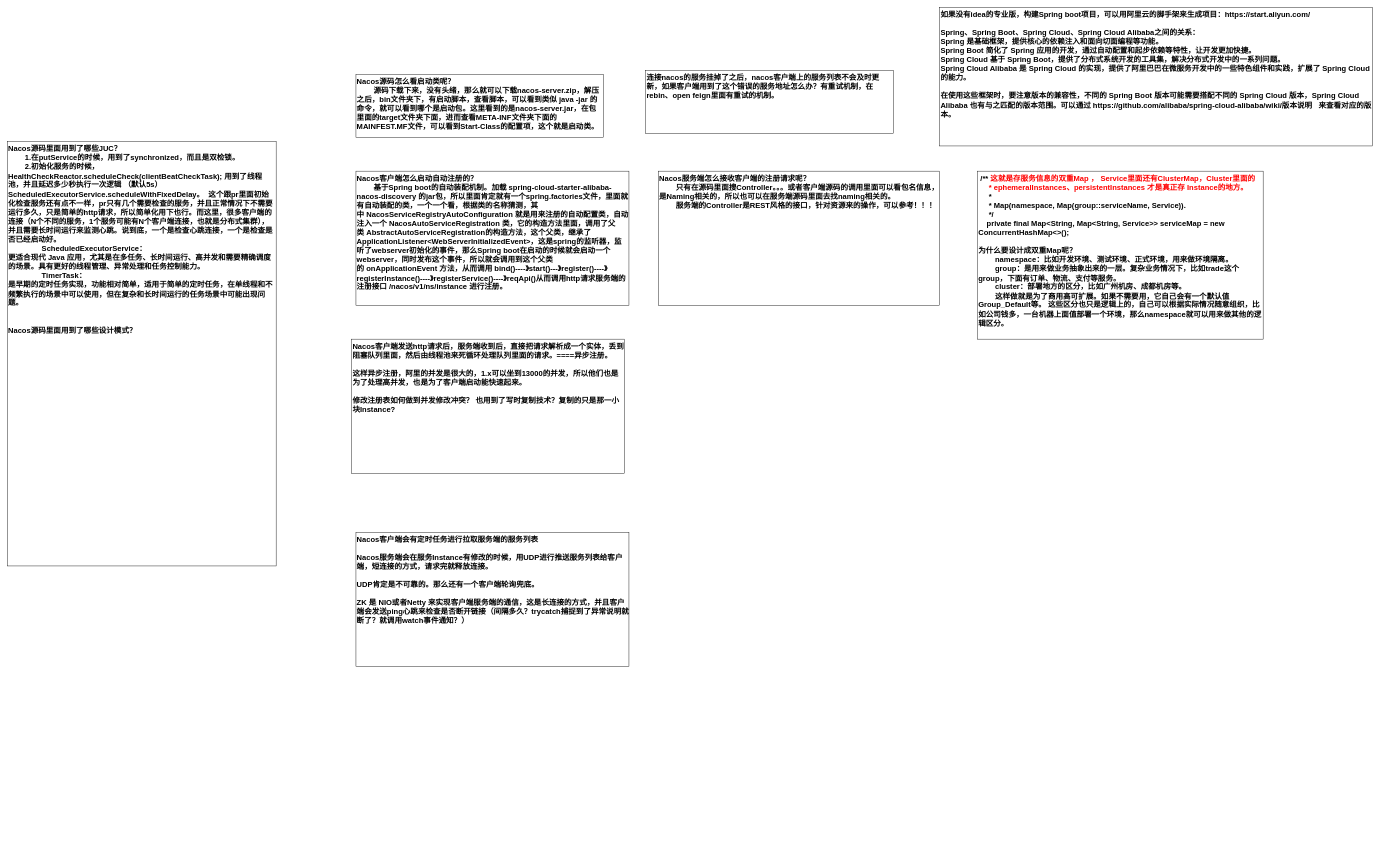
KGwolf/MyDraw keeps this draw.io diagram as JAVA/Nacos.drawio. Above is the earlier version. Source tidied: cells renumbered, new cells numbered last; positions are measured from the earlier drawing's top-left corner, leaving out a move shared by most shapes. Both pictures are drawn from the tidied source at 42%, with x=0, y=0 at pixel (7, 7).
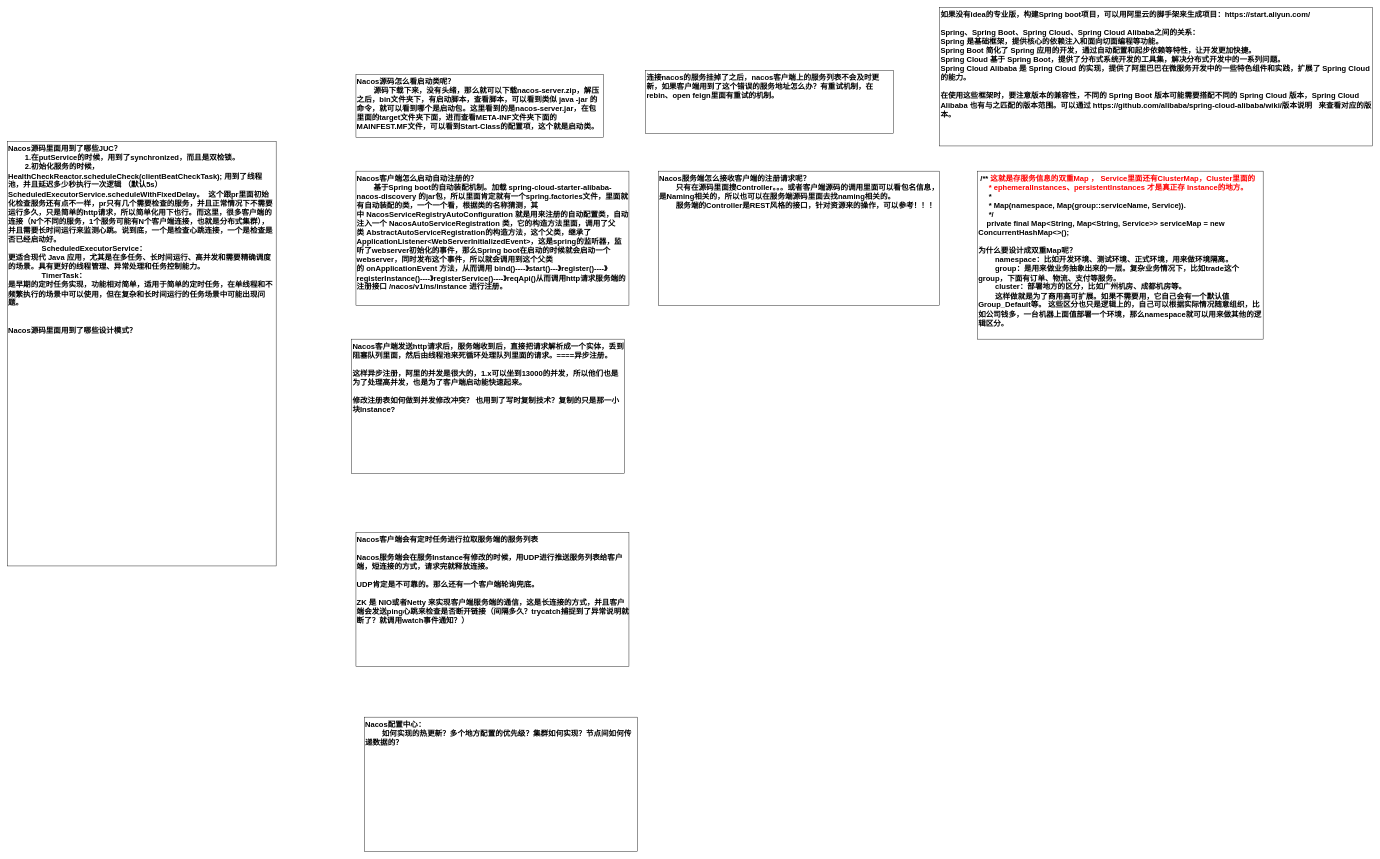
The same diagram, later.

Diff of the diagram source:
```diff
@@
 <mxGraphModel>
   <root>
     <mxCell id="0" />
     <mxCell id="1" parent="0" />
     <mxCell id="2" value="Nacos源码怎么看启动类呢？&lt;div&gt;&lt;span style=&quot;white-space: pre;&quot;&gt;&#9;&lt;/span&gt;源码下载下来，没有头绪，那么就可以下载nacos-server.zip，解压之后，bin文件夹下，有启动脚本，查看脚本，可以看到类似 java -jar 的命令，就可以看到哪个是启动包。这里看到的是nacos-server.jar，在包里面的target文件夹下面，进而查看META-INF文件夹下面的MAINFEST.MF文件，可以看到Start-Class的配置项，这个就是启动类。&lt;br&gt;&lt;/div&gt;" style="rounded=0;whiteSpace=wrap;html=1;fontSize=18;fontStyle=1;verticalAlign=top;align=left;" parent="1" vertex="1">
       <mxGeometry x="830" y="160" width="590" height="150" as="geometry" />
     </mxCell>
     <mxCell id="3" value="连接nacos的服务挂掉了之后，nacos客户端上的服务列表不会及时更新，如果客户端用到了这个错误的服务地址怎么办？有重试机制，在rebin、open feign里面有重试的机制。" style="rounded=0;whiteSpace=wrap;html=1;fontSize=18;fontStyle=1;verticalAlign=top;align=left;" parent="1" vertex="1">
       <mxGeometry x="1520" y="150" width="590" height="150" as="geometry" />
     </mxCell>
     <mxCell id="4" value="如果没有idea的专业版，构建Spring boot项目，可以用阿里云的脚手架来生成项目：https://start.aliyun.com/&lt;div&gt;&lt;br&gt;&lt;/div&gt;&lt;div&gt;Spring、Spring Boot、Spring Cloud、Spring Cloud Alibaba之间的关系：&lt;/div&gt;&lt;div&gt;&lt;div&gt;Spring 是基础框架，提供核心的依赖注入和面向切面编程等功能。&lt;/div&gt;&lt;div&gt;Spring Boot 简化了 Spring 应用的开发，通过自动配置和起步依赖等特性，让开发更加快捷。&lt;/div&gt;&lt;div&gt;Spring Cloud 基于 Spring Boot，提供了分布式系统开发的工具集，解决分布式开发中的一系列问题。&lt;/div&gt;&lt;div&gt;Spring Cloud Alibaba 是 Spring Cloud 的实现，提供了阿里巴巴在微服务开发中的一些特色组件和实践，扩展了 Spring Cloud 的能力。&lt;/div&gt;&lt;div&gt;&lt;br&gt;&lt;/div&gt;&lt;div&gt;在使用这些框架时，要注意版本的兼容性，不同的 Spring Boot 版本可能需要搭配不同的 Spring Cloud 版本，Spring Cloud Alibaba 也有与之匹配的版本范围。可以通过&amp;nbsp;https://github.com/alibaba/spring-cloud-alibaba/wiki/版本说明&amp;nbsp; &amp;nbsp;来查看对应的版本。&lt;/div&gt;&lt;/div&gt;" style="rounded=0;whiteSpace=wrap;html=1;fontSize=18;fontStyle=1;verticalAlign=top;align=left;" parent="1" vertex="1">
       <mxGeometry x="2220" width="1030" height="330" as="geometry" />
     </mxCell>
     <mxCell id="5" value="Nacos客户端怎么启动自动注册的？&lt;div&gt;&lt;span style=&quot;white-space: pre;&quot;&gt;&#9;&lt;/span&gt;基于Spring boot的自动装配机制。加载&amp;nbsp;spring-cloud-starter-alibaba-nacos-discovery 的jar包，所以里面肯定就有一个spring.factories文件，里面就有自动装配的类，一个一个看，根据类的名称猜测，其中&amp;nbsp;NacosServiceRegistryAutoConfiguration 就是用来注册的自动配置类，自动注入一个&amp;nbsp;NacosAutoServiceRegistration 类，它的构造方法里面，调用了父类&amp;nbsp;AbstractAutoServiceRegistration的构造方法，这个父类，继承了ApplicationListener&amp;lt;WebServerInitializedEvent&amp;gt;，这是spring的监听器，监听了webserver初始化的事件，那么Spring boot在启动的时候就会启动一个webserver，同时发布这个事件，所以就会调用到这个父类的&amp;nbsp;onApplicationEvent 方法，从而调用 bind()----》start()---》register()----》registerInstance()----》registerService()----》reqApi()从而调用http请求服务端的注册接口 /nacos/v1/ns/instance 进行注册。&lt;br&gt;&lt;/div&gt;" style="rounded=0;whiteSpace=wrap;html=1;fontSize=18;fontStyle=1;verticalAlign=top;align=left;" parent="1" vertex="1">
       <mxGeometry x="830" y="390" width="650" height="320" as="geometry" />
     </mxCell>
     <mxCell id="6" value="Nacos服务端怎么接收客户端的注册请求呢？&lt;div&gt;&lt;span style=&quot;white-space: pre;&quot;&gt;&#9;&lt;/span&gt;只有在源码里面搜Controller。。。或者客户端源码的调用里面可以看包名信息，是Naming相关的，所以也可以在服务端源码里面去找naming相关的。&lt;br&gt;&lt;/div&gt;&lt;div&gt;&lt;span style=&quot;white-space: pre;&quot;&gt;&#9;&lt;/span&gt;服务端的Controller是REST风格的接口，针对资源来的操作，可以参考！！！&lt;br&gt;&lt;/div&gt;" style="rounded=0;whiteSpace=wrap;html=1;fontSize=18;fontStyle=1;verticalAlign=top;align=left;" parent="1" vertex="1">
       <mxGeometry x="1550" y="390" width="670" height="320" as="geometry" />
     </mxCell>
     <mxCell id="7" value="&lt;div&gt;&lt;div&gt;&amp;nbsp;/** &lt;font style=&quot;color: rgb(255, 0, 0);&quot;&gt;这就是存服务信息的双重Map ， Service里面还有ClusterMap，Cluster里面的&lt;/font&gt;&lt;/div&gt;&lt;div&gt;&lt;font style=&quot;color: rgb(255, 0, 0);&quot;&gt;&amp;nbsp; &amp;nbsp; &amp;nbsp;*&amp;nbsp;ephemeralInstances、persistentInstances 才是真正存 Instance的地方。&lt;/font&gt;&lt;/div&gt;&lt;div&gt;&amp;nbsp; &amp;nbsp; &amp;nbsp;*&lt;/div&gt;&lt;div&gt;&amp;nbsp; &amp;nbsp; &amp;nbsp;* Map(namespace, Map(group::serviceName, Service)).&lt;/div&gt;&lt;div&gt;&amp;nbsp; &amp;nbsp; &amp;nbsp;*/&lt;/div&gt;&lt;div&gt;&amp;nbsp; &amp;nbsp; private final Map&amp;lt;String, Map&amp;lt;String, Service&amp;gt;&amp;gt; serviceMap = new ConcurrentHashMap&amp;lt;&amp;gt;();&lt;/div&gt;&lt;/div&gt;&lt;div&gt;&lt;br&gt;&lt;/div&gt;&lt;div&gt;为什么要设计成双重Map呢？&lt;/div&gt;&lt;div&gt;&lt;span style=&quot;white-space: pre;&quot;&gt;&#9;&lt;/span&gt;namespace：比如开发环境、测试环境、正式环境，用来做环境隔离。&lt;br&gt;&lt;/div&gt;&lt;div&gt;&lt;span style=&quot;white-space: pre;&quot;&gt;&#9;&lt;/span&gt;group：是用来做业务抽象出来的一层。复杂业务情况下，比如trade这个group，下面有订单、物流、支付等服务。&lt;br&gt;&lt;/div&gt;&lt;div&gt;&lt;span style=&quot;white-space: pre;&quot;&gt;&#9;&lt;/span&gt;cluster：部署地方的区分，比如广州机房、成都机房等。&lt;br&gt;&lt;/div&gt;&lt;div&gt;&lt;span style=&quot;white-space: pre;&quot;&gt;&#9;&lt;/span&gt;这样做就是为了商用高可扩展。如果不需要用，它自己会有一个默认值 Group_Default等。 这些区分也只是逻辑上的，自己可以根据实际情况随意组织，比如公司钱多，一台机器上面值部署一个环境，那么namespace就可以用来做其他的逻辑区分。&lt;br&gt;&lt;/div&gt;" style="rounded=0;whiteSpace=wrap;html=1;fontSize=18;fontStyle=1;verticalAlign=top;align=left;" parent="1" vertex="1">
       <mxGeometry x="2310" y="390" width="680" height="400" as="geometry" />
     </mxCell>
     <mxCell id="8" value="Nacos源码里面用到了哪些JUC？&lt;div&gt;&lt;span style=&quot;white-space: pre;&quot;&gt;&#9;&lt;/span&gt;1.在putService的时候，用到了synchronized，而且是双检锁。&lt;br&gt;&lt;/div&gt;&lt;div&gt;&lt;span style=&quot;white-space: pre;&quot;&gt;&#9;&lt;/span&gt;2.初始化服务的时候，HealthCheckReactor.scheduleCheck(clientBeatCheckTask); 用到了线程池，并且延迟多少秒执行一次逻辑 （默认5s） ScheduledExecutorService.scheduleWithFixedDelay。&amp;nbsp; 这个跟pr里面初始化检查服务还有点不一样，pr只有几个需要检查的服务，并且正常情况下不需要运行多久，只是简单的http请求，所以简单化用下也行。而这里，很多客户端的连接（N个不同的服务，1个服务可能有N个客户端连接，也就是分布式集群），并且需要长时间运行来监测心跳。说到底，一个是检查心跳连接，一个是检查是否已经启动好。&lt;br&gt;&lt;/div&gt;&lt;div&gt;&lt;span style=&quot;white-space: pre;&quot;&gt;&#9;&lt;/span&gt;&lt;span style=&quot;white-space: pre;&quot;&gt;&#9;&lt;/span&gt;&lt;span style=&quot;background-color: transparent;&quot;&gt;ScheduledExecutorService：&lt;br&gt;更适合现代 Java 应用，尤其是在多任务、长时间运行、高并发和需要精确调度的场景。具有更好的线程管理、异常处理和任务控制能力。&amp;nbsp;&lt;/span&gt;&lt;/div&gt;&lt;div&gt;&lt;span style=&quot;background-color: transparent;&quot;&gt;&lt;span style=&quot;white-space: pre;&quot;&gt;&#9;&lt;/span&gt;&lt;span style=&quot;white-space: pre;&quot;&gt;&#9;&lt;/span&gt;TimerTask：&lt;br&gt;是早期的定时任务实现，功能相对简单，适用于简单的定时任务，在单线程和不频繁执行的场景中可以使用，但在复杂和长时间运行的任务场景中可能出现问题。&lt;/span&gt;&lt;br&gt;&lt;/div&gt;&lt;div&gt;&lt;br&gt;&lt;/div&gt;&lt;div&gt;&lt;br&gt;&lt;/div&gt;&lt;div&gt;Nacos源码里面用到了哪些设计模式？&lt;/div&gt;" style="rounded=0;whiteSpace=wrap;html=1;fontSize=18;fontStyle=1;verticalAlign=top;align=left;" parent="1" vertex="1">
       <mxGeometry y="320" width="640" height="1010" as="geometry" />
     </mxCell>
     <mxCell id="9" value="Nacos客户端发送http请求后，服务端收到后，直接把请求解析成一个实体，丢到阻塞队列里面，然后由线程池来死循环处理队列里面的请求。====异步注册。&lt;div&gt;&lt;br&gt;&lt;/div&gt;&lt;div&gt;这样异步注册，阿里的并发是很大的，1.x可以坐到13000的并发，所以他们也是为了处理高并发，也是为了客户端启动能快速起来。&lt;/div&gt;&lt;div&gt;&lt;br&gt;&lt;/div&gt;&lt;div&gt;修改注册表如何做到并发修改冲突？ 也用到了写时复制技术？复制的只是那一小块Instance?&lt;/div&gt;" style="rounded=0;whiteSpace=wrap;html=1;fontSize=18;fontStyle=1;verticalAlign=top;align=left;" parent="1" vertex="1">
       <mxGeometry x="820" y="790" width="650" height="320" as="geometry" />
     </mxCell>
     <mxCell id="10" value="Nacos客户端会有定时任务进行拉取服务端的服务列表&lt;div&gt;&lt;br&gt;&lt;/div&gt;&lt;div&gt;Nacos服务端会在服务Instance有修改的时候，用UDP进行推送服务列表给客户端，短连接的方式，请求完就释放连接。&lt;/div&gt;&lt;div&gt;&lt;br&gt;&lt;/div&gt;&lt;div&gt;UDP肯定是不可靠的。那么还有一个客户端轮询兜底。&lt;/div&gt;&lt;div&gt;&lt;br&gt;&lt;/div&gt;&lt;div&gt;ZK 是 NIO或者Netty 来实现客户端服务端的通信，这是长连接的方式，并且客户端会发送ping心跳来检查是否断开链接（间隔多久？trycatch捕捉到了异常说明就断了？就调用watch事件通知？）&lt;/div&gt;" style="rounded=0;whiteSpace=wrap;html=1;fontSize=18;fontStyle=1;verticalAlign=top;align=left;" parent="1" vertex="1">
       <mxGeometry x="830" y="1250" width="650" height="320" as="geometry" />
     </mxCell>
+    <mxCell id="11" value="Nacos配置中心：&lt;div&gt;&lt;span style=&quot;white-space: pre;&quot;&gt;&#9;&lt;/span&gt;如何实现的热更新？多个地方配置的优先级？集群如何实现？节点间如何传递数据的？&lt;br&gt;&lt;/div&gt;" style="rounded=0;whiteSpace=wrap;html=1;fontSize=18;fontStyle=1;verticalAlign=top;align=left;" parent="1" vertex="1">
+      <mxGeometry x="850" y="1690" width="650" height="320" as="geometry" />
+    </mxCell>
   </root>
 </mxGraphModel>
```
